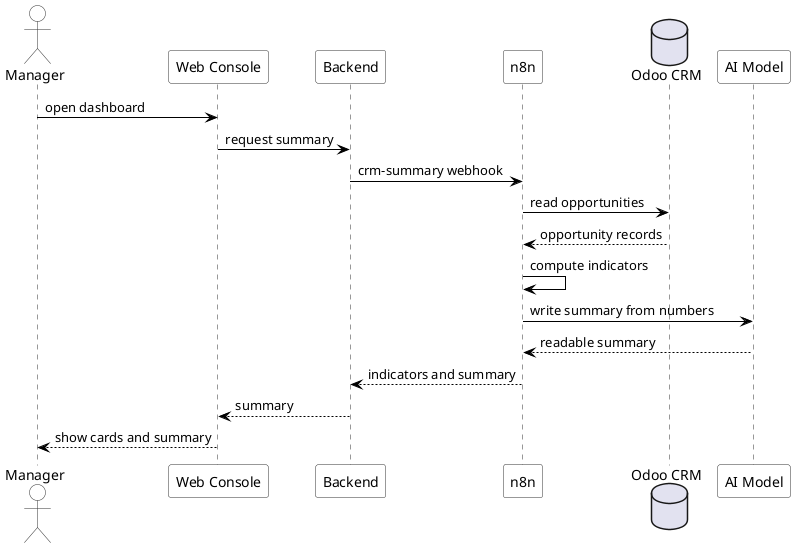
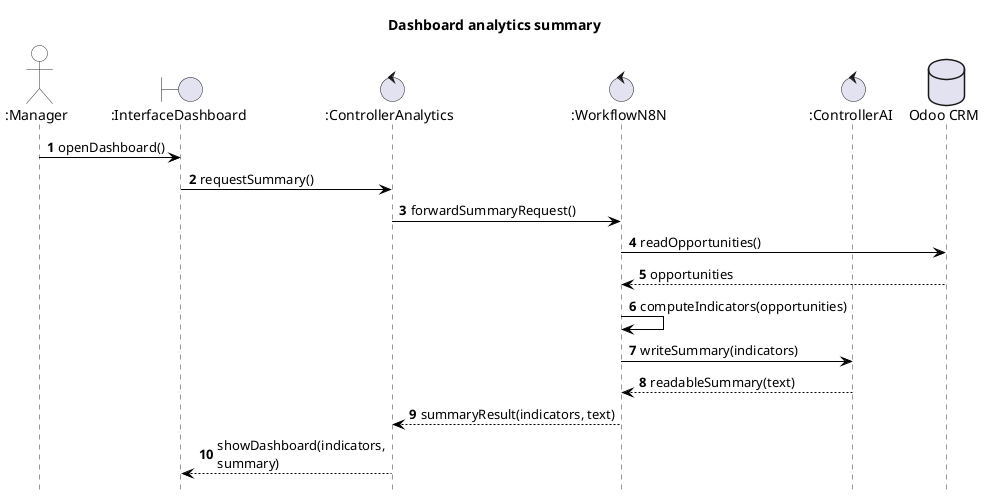
@startuml seq-analytics
+ ' Robustness / Boundary-Control-Entity (BCE) sequence diagram.
+ ' Visual skin kept black-and-white / Times New Roman to match the report
+ ' (enforced by _build/restyle_seq.py); the structure follows the BCE rules.
skinparam backgroundColor transparent
skinparam shadowing false
+ skinparam maxMessageSize 200
skinparam defaultFontName Times New Roman
skinparam sequence {
  ArrowColor #000000
  ArrowFontColor #000000
  LifeLineBorderColor #333333
  LifeLineBackgroundColor #FFFFFF
  ParticipantBackgroundColor #FFFFFF
  ParticipantFontColor #000000
  ParticipantBorderColor #333333
  ActorBackgroundColor #FFFFFF
  ActorBorderColor #333333
  DatabaseBackgroundColor #FFFFFF
  DatabaseBorderColor #333333
}
- actor Manager
- participant "Web Console" as Console
- participant "Backend" as Backend
- participant "n8n" as N8N
+ hide footbox
+ autonumber
+ title Dashboard analytics summary
+ 
+ actor ":Manager" as Manager
+ boundary ":InterfaceDashboard" as UI
+ control ":ControllerAnalytics" as Analytics
+ control ":WorkflowN8N" as N8N
+ control ":ControllerAI" as AI
database "Odoo CRM" as Odoo
- participant "AI Model" as AI

- Manager -> Console : open dashboard
- Console -> Backend : request summary
- Backend -> N8N : crm-summary webhook
- N8N -> Odoo : read opportunities
- Odoo --> N8N : opportunity records
- N8N -> N8N : compute indicators
- N8N -> AI : write summary from numbers
- AI --> N8N : readable summary
- N8N --> Backend : indicators and summary
- Backend --> Console : summary
- Console --> Manager : show cards and summary
+ Manager -> UI : openDashboard()
+ UI -> Analytics : requestSummary()
+ Analytics -> N8N : forwardSummaryRequest()
+ N8N -> Odoo : readOpportunities()
+ Odoo --> N8N : opportunities
+ N8N -> N8N : computeIndicators(opportunities)
+ N8N -> AI : writeSummary(indicators)
+ AI --> N8N : readableSummary(text)
+ N8N --> Analytics : summaryResult(indicators, text)
+ Analytics --> UI : showDashboard(indicators, summary)
@enduml
